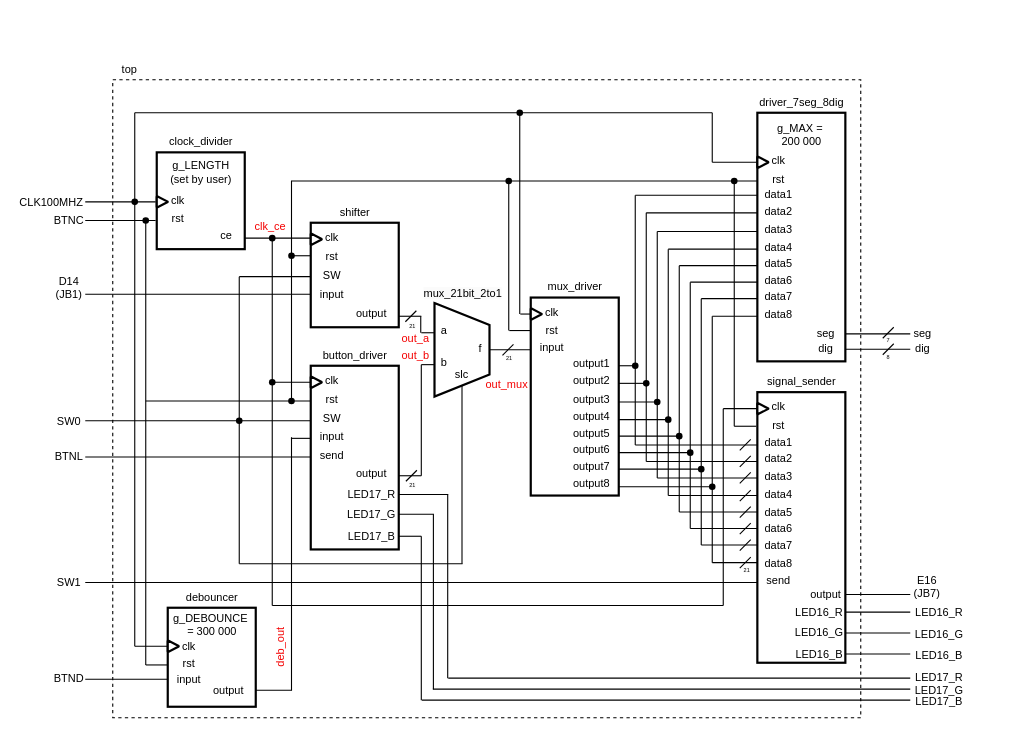
This is img/MAIN.drawio from dmitrii-semenov/morse-coder-decoder, a draw.io file, before an edit. Source tidied: cells renumbered, new cells numbered last; positions are measured from the earlier drawing's top-left corner, leaving out a move shared by most shapes. Both pictures are drawn from the tidied source at 110%, with x=0, y=0 at pixel (34, 57).
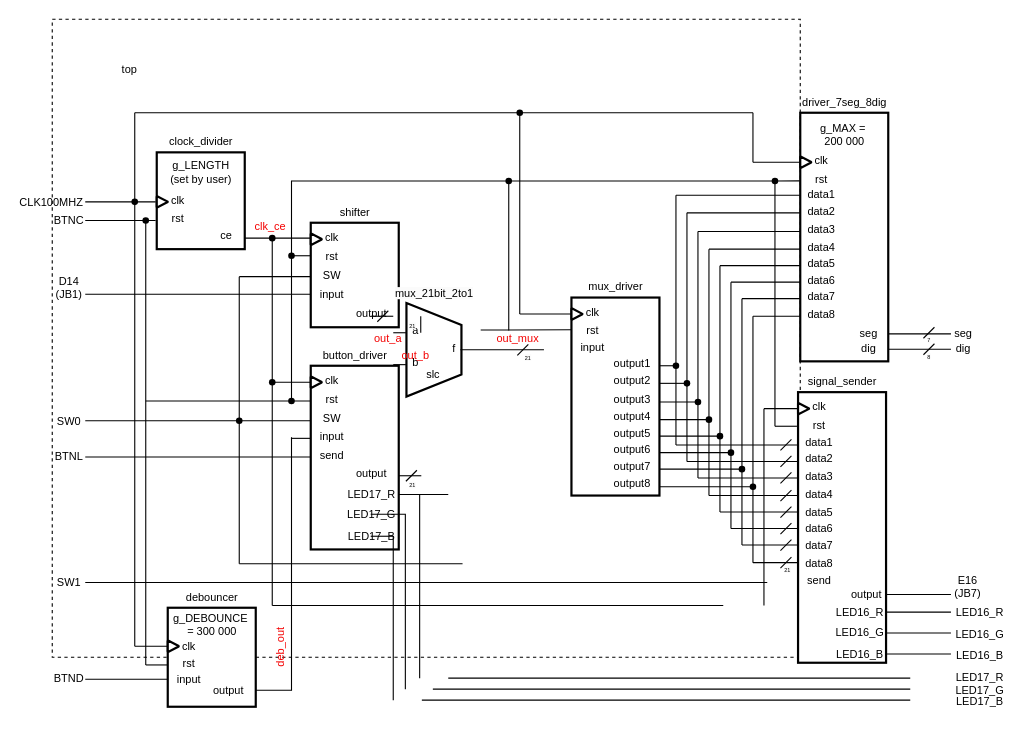
After the change.

Unchanged cells that the change refers to:
```xml
<mxCell id="53" style="whiteSpace=wrap;html=1;strokeWidth=2;" parent="52" vertex="1">
  <mxGeometry y="20" width="80" height="180" as="geometry" />
</mxCell>
<mxCell id="55" style="strokeWidth=2;html=1;shape=mxgraph.flowchart.extract_or_measurement;whiteSpace=wrap;rotation=90;" parent="52" vertex="1">
  <mxGeometry y="30" width="10" height="10" as="geometry" />
</mxCell>
<mxCell id="131" style="line;strokeWidth=1;direction=south;html=1;rounded=0;strokeColor=default;fontFamily=Helvetica;fontSize=12;fontColor=default;fillColor=none;gradientColor=default;" parent="1" vertex="1">
  <mxGeometry x="86" y="50" width="10" height="485" as="geometry" />
</mxCell>
<mxCell id="149" style="shape=waypoint;sketch=0;fillStyle=solid;size=6;points=[];fillColor=none;perimeter=centerPerimeter;snapToPoint=1;" parent="1" vertex="1">
  <mxGeometry x="431" y="40" width="20" height="20" as="geometry" />
</mxCell>
<mxCell id="175" style="whiteSpace=wrap;html=1;strokeWidth=2;" parent="174" vertex="1">
  <mxGeometry y="20" width="80" height="226" as="geometry" />
</mxCell>
```

Change to the diagram source:
```diff
@@
-    <mxCell id="2" style="rounded=0;whiteSpace=wrap;html=1;gradientColor=default;fillColor=none;strokeWidth=1;dashed=1;" parent="1" vertex="1">
-      <mxGeometry x="71" y="20" width="680" height="580" as="geometry" />
-    </mxCell>
@@
     <mxCell id="27" style="group;" parent="1" vertex="1">
-      <mxGeometry x="351.5" y="200" width="139.5" height="397" as="geometry" />
+      <mxGeometry x="326" y="200" width="370" height="397" as="geometry" />
     </mxCell>
@@
     <mxCell id="31" value="f" style="text;strokeColor=none;fillColor=none;html=1;fontSize=10;fontStyle=0;verticalAlign=middle;align=center;" parent="27" vertex="1">
-      <mxGeometry x="38" y="54" width="30" height="20" as="geometry" />
+      <mxGeometry x="40" y="54" width="30" height="20" as="geometry" />
     </mxCell>
@@
-    <mxCell id="37" style="line;strokeWidth=1;direction=south;html=1;perimeter=backbonePerimeter;" parent="27" vertex="1">
-      <mxGeometry x="-5" y="79" width="10" height="101" as="geometry" />
-    </mxCell>
     <mxCell id="38" style="line;strokeWidth=1;html=1;" parent="27" vertex="1">
-      <mxGeometry x="62" y="60.5" width="38" height="10" as="geometry" />
+      <mxGeometry x="61" y="60.5" width="76" height="10" as="geometry" />
     </mxCell>
-    <mxCell id="39" style="line;strokeWidth=1;direction=south;html=1;rounded=0;strokeColor=default;fontFamily=Helvetica;fontSize=12;fontColor=default;fillColor=none;gradientColor=default;" parent="27" vertex="1">
-      <mxGeometry x="32" y="98" width="10" height="162" as="geometry" />
-    </mxCell>
-    <mxCell id="40" style="line;strokeWidth=1;html=1;" parent="27" vertex="1">
-      <mxGeometry x="90" y="28" width="10" height="10" as="geometry" />
-    </mxCell>
-    <mxCell id="41" style="line;strokeWidth=1;html=1;" parent="27" vertex="1">
-      <mxGeometry x="80" y="43" width="20" height="10" as="geometry" />
-    </mxCell>
@@
     <mxCell id="48" style="endArrow=none;html=1;rounded=0;" parent="27" edge="1">
       <mxGeometry relative="1" as="geometry">
-        <mxPoint x="73.8" y="70.5" as="sourcePoint" />
-        <mxPoint x="83.8" y="60.5" as="targetPoint" />
+        <mxPoint x="112.8" y="70.5" as="sourcePoint" />
+        <mxPoint x="122.8" y="60.5" as="targetPoint" />
       </mxGeometry>
     </mxCell>
     <mxCell id="49" value="&lt;span style=&quot;color: rgb(0, 0, 0); font-family: Helvetica; font-size: 5px; font-style: normal; font-variant-ligatures: normal; font-variant-caps: normal; font-weight: 400; letter-spacing: normal; orphans: 2; text-align: center; text-indent: 0px; text-transform: none; widows: 2; word-spacing: 0px; -webkit-text-stroke-width: 0px; background-color: rgb(251, 251, 251); text-decoration-thickness: initial; text-decoration-style: initial; text-decoration-color: initial; float: none; display: inline !important;&quot;&gt;21&lt;/span&gt;" style="text;whiteSpace=wrap;html=1;fontSize=5;" parent="27" vertex="1">
-      <mxGeometry x="75" y="63" width="14" height="16" as="geometry" />
+      <mxGeometry x="118" y="63" width="14" height="16" as="geometry" />
     </mxCell>
@@
     <mxCell id="51" value="out_mux" style="text;strokeColor=none;fillColor=none;html=1;fontSize=10;fontStyle=0;verticalAlign=middle;align=center;fontColor=#f40101;" parent="27" vertex="1">
-      <mxGeometry x="62" y="87" width="30" height="20" as="geometry" />
+      <mxGeometry x="98" y="45" width="30" height="20" as="geometry" />
     </mxCell>
+    <mxCell id="266" style="endArrow=none;html=1;rounded=0;entryX=0.003;entryY=0.163;entryDx=0;entryDy=0;entryPerimeter=0;" parent="27" edge="1" target="53">
+      <mxGeometry relative="1" as="geometry">
+        <mxPoint x="79.5" y="47.5" as="sourcePoint" />
+      </mxGeometry>
+    </mxCell>
+    <mxCell id="2" style="rounded=0;whiteSpace=wrap;html=1;gradientColor=default;fillColor=none;strokeWidth=1;dashed=1;" parent="27" vertex="1">
+      <mxGeometry x="-310" y="-235" width="680" height="580" as="geometry" />
+    </mxCell>
     <mxCell id="52" style="group;" parent="1" vertex="1">
-      <mxGeometry x="451" y="198" width="80" height="200" as="geometry" />
+      <mxGeometry x="488" y="198" width="80" height="200" as="geometry" />
     </mxCell>
@@
     <mxCell id="69" style="group;" parent="1" vertex="1">
-      <mxGeometry x="541" y="136" width="120" height="236" as="geometry" />
+      <mxGeometry x="578" y="136" width="120" height="236" as="geometry" />
     </mxCell>
@@
     <mxCell id="75" style="group;" parent="1" vertex="1">
-      <mxGeometry x="551" y="153" width="120" height="234" as="geometry" />
+      <mxGeometry x="588" y="153" width="120" height="234" as="geometry" />
     </mxCell>
@@
     <mxCell id="81" style="group;" parent="1" vertex="1">
-      <mxGeometry x="561" y="169" width="110" height="249" as="geometry" />
+      <mxGeometry x="598" y="169" width="110" height="249" as="geometry" />
     </mxCell>
@@
     <mxCell id="93" style="group;" parent="1" vertex="1">
-      <mxGeometry x="581" y="199" width="100" height="234" as="geometry" />
+      <mxGeometry x="618" y="199" width="100" height="234" as="geometry" />
     </mxCell>
@@
     <mxCell id="99" style="group;" parent="1" vertex="1">
-      <mxGeometry x="591" y="214" width="100" height="234" as="geometry" />
+      <mxGeometry x="628" y="214" width="100" height="234" as="geometry" />
     </mxCell>
@@
     <mxCell id="112" style="line;strokeWidth=1;direction=south;html=1;" parent="1" vertex="1">
-      <mxGeometry x="541" y="125" width="10" height="227" as="geometry" />
+      <mxGeometry x="578" y="125" width="10" height="227" as="geometry" />
     </mxCell>
     <mxCell id="113" style="line;strokeWidth=1;html=1;perimeter=backbonePerimeter;" parent="1" vertex="1">
-      <mxGeometry x="546" y="120" width="120" height="10" as="geometry" />
+      <mxGeometry x="583" y="120" width="120" height="10" as="geometry" />
     </mxCell>
     <mxCell id="114" style="line;strokeWidth=1;html=1;perimeter=backbonePerimeter;" parent="1" vertex="1">
-      <mxGeometry x="531" y="275" width="15" height="10" as="geometry" />
+      <mxGeometry x="568" y="275" width="15" height="10" as="geometry" />
     </mxCell>
     <mxCell id="115" style="shape=waypoint;sketch=0;fillStyle=solid;size=6;fillColor=none;perimeter=centerPerimeter;" parent="1" vertex="1">
-      <mxGeometry x="536" y="270" width="20" height="20" as="geometry" />
+      <mxGeometry x="573" y="270" width="20" height="20" as="geometry" />
     </mxCell>
@@
     <mxCell id="132" style="line;strokeWidth=1;direction=south;html=1;rounded=0;strokeColor=default;fontFamily=Helvetica;fontSize=12;fontColor=default;fillColor=none;gradientColor=default;" parent="1" vertex="1">
-      <mxGeometry x="611" y="50" width="10" height="45" as="geometry" />
+      <mxGeometry x="648" y="50" width="10" height="45" as="geometry" />
     </mxCell>
-    <mxCell id="133" style="line;strokeWidth=1;html=1;perimeter=backbonePerimeter;rounded=0;strokeColor=default;fontFamily=Helvetica;fontSize=12;fontColor=default;fillColor=none;gradientColor=default;" parent="1" vertex="1">
-      <mxGeometry x="91" y="45" width="525" height="10" as="geometry" />
-    </mxCell>
     <mxCell id="134" style="line;strokeWidth=1;html=1;perimeter=backbonePerimeter;" parent="1" vertex="1">
-      <mxGeometry x="616" y="90" width="50" height="10" as="geometry" />
+      <mxGeometry x="653" y="90" width="50" height="10" as="geometry" />
     </mxCell>
@@
     <mxCell id="152" style="line;strokeWidth=1;html=1;" parent="1" vertex="1">
-      <mxGeometry x="233" y="107" width="433" height="10" as="geometry" />
+      <mxGeometry x="233" y="107" width="438" height="10" as="geometry" />
     </mxCell>
     <mxCell id="153" style="line;strokeWidth=1;direction=south;html=1;" parent="1" vertex="1">
-      <mxGeometry x="611" y="235" width="10" height="224" as="geometry" />
+      <mxGeometry x="648" y="235" width="10" height="224" as="geometry" />
     </mxCell>
     <mxCell id="154" style="line;strokeWidth=1;html=1;perimeter=backbonePerimeter;" parent="1" vertex="1">
-      <mxGeometry x="616" y="230" width="50" height="10" as="geometry" />
+      <mxGeometry x="653" y="230" width="50" height="10" as="geometry" />
     </mxCell>
     <mxCell id="155" style="line;strokeWidth=1;html=1;perimeter=backbonePerimeter;" parent="1" vertex="1">
-      <mxGeometry x="616" y="454" width="50" height="10" as="geometry" />
+      <mxGeometry x="653" y="454" width="50" height="10" as="geometry" />
     </mxCell>
     <mxCell id="156" style="line;strokeWidth=1;html=1;perimeter=backbonePerimeter;" parent="1" vertex="1">
-      <mxGeometry x="531" y="385" width="85" height="10" as="geometry" />
+      <mxGeometry x="568" y="385" width="85" height="10" as="geometry" />
     </mxCell>
     <mxCell id="157" style="shape=waypoint;sketch=0;fillStyle=solid;size=6;fillColor=none;perimeter=centerPerimeter;" parent="1" vertex="1">
-      <mxGeometry x="606" y="380" width="20" height="20" as="geometry" />
+      <mxGeometry x="643" y="380" width="20" height="20" as="geometry" />
     </mxCell>
     <mxCell id="158" style="line;strokeWidth=1;html=1;perimeter=backbonePerimeter;" parent="1" vertex="1">
-      <mxGeometry x="546" y="347" width="120" height="10" as="geometry" />
+      <mxGeometry x="583" y="347" width="120" height="10" as="geometry" />
     </mxCell>
     <mxCell id="159" style="line;strokeWidth=1;html=1;" parent="1" vertex="1">
-      <mxGeometry x="721" y="246" width="75" height="10" as="geometry" />
+      <mxGeometry x="758" y="246" width="75" height="10" as="geometry" />
     </mxCell>
     <mxCell id="160" style="line;strokeWidth=1;html=1;" parent="1" vertex="1">
-      <mxGeometry x="721" y="260" width="75" height="10" as="geometry" />
+      <mxGeometry x="758" y="260" width="75" height="10" as="geometry" />
     </mxCell>
     <mxCell id="161" style="line;strokeWidth=1;html=1;" parent="1" vertex="1">
-      <mxGeometry x="721" y="483" width="75" height="10" as="geometry" />
+      <mxGeometry x="758" y="483" width="75" height="10" as="geometry" />
     </mxCell>
     <mxCell id="162" style="line;strokeWidth=1;html=1;" parent="1" vertex="1">
-      <mxGeometry x="721" y="499" width="75" height="10" as="geometry" />
+      <mxGeometry x="758" y="499" width="75" height="10" as="geometry" />
     </mxCell>
     <mxCell id="163" style="line;strokeWidth=1;html=1;" parent="1" vertex="1">
-      <mxGeometry x="721" y="518" width="75" height="10" as="geometry" />
+      <mxGeometry x="758" y="518" width="75" height="10" as="geometry" />
     </mxCell>
     <mxCell id="164" style="line;strokeWidth=1;html=1;" parent="1" vertex="1">
-      <mxGeometry x="721" y="537" width="75" height="10" as="geometry" />
+      <mxGeometry x="758" y="537" width="75" height="10" as="geometry" />
     </mxCell>
@@
     <mxCell id="173" style="line;strokeWidth=1;direction=south;html=1;" parent="1" vertex="1">
-      <mxGeometry x="621" y="319" width="10" height="179" as="geometry" />
+      <mxGeometry x="658" y="319" width="10" height="179" as="geometry" />
     </mxCell>
     <mxCell id="174" style="group;" parent="1" vertex="1">
-      <mxGeometry x="657" y="30" width="80" height="246" as="geometry" />
+      <mxGeometry x="696" y="30" width="80" height="246" as="geometry" />
     </mxCell>
@@
     <mxCell id="192" style="group;" parent="1" vertex="1">
-      <mxGeometry x="657" y="284" width="80" height="266" as="geometry" />
+      <mxGeometry x="694" y="284" width="80" height="266" as="geometry" />
     </mxCell>
@@
     <mxCell id="214" style="line;strokeWidth=1;html=1;perimeter=backbonePerimeter;" parent="1" vertex="1">
-      <mxGeometry x="636" y="330" width="20" height="10" as="geometry" />
+      <mxGeometry x="673" y="330" width="20" height="10" as="geometry" />
     </mxCell>
     <mxCell id="215" style="shape=waypoint;sketch=0;fillStyle=solid;size=6;fillColor=none;perimeter=centerPerimeter;" parent="1" vertex="1">
-      <mxGeometry x="626" y="102" width="20" height="20" as="geometry" />
+      <mxGeometry x="663" y="102" width="20" height="20" as="geometry" />
     </mxCell>
@@
     <mxCell id="225" value="E16&lt;br&gt;(JB7)" style="text;strokeColor=none;fillColor=none;html=1;fontSize=10;fontStyle=0;verticalAlign=middle;align=center;" parent="1" vertex="1">
-      <mxGeometry x="796" y="476" width="30" height="10" as="geometry" />
+      <mxGeometry x="833" y="476" width="30" height="10" as="geometry" />
     </mxCell>
@@
     <mxCell id="227" value="seg" style="text;strokeColor=none;fillColor=none;html=1;fontSize=10;fontStyle=0;verticalAlign=middle;align=center;" parent="1" vertex="1">
-      <mxGeometry x="792" y="245" width="30" height="10" as="geometry" />
+      <mxGeometry x="829" y="245" width="30" height="10" as="geometry" />
     </mxCell>
     <mxCell id="228" value="dig" style="text;strokeColor=none;fillColor=none;html=1;fontSize=10;fontStyle=0;verticalAlign=middle;align=center;" parent="1" vertex="1">
-      <mxGeometry x="792" y="259" width="30" height="10" as="geometry" />
+      <mxGeometry x="829" y="259" width="30" height="10" as="geometry" />
     </mxCell>
     <mxCell id="229" value="LED16_R" style="text;strokeColor=none;fillColor=none;html=1;fontSize=10;fontStyle=0;verticalAlign=middle;align=center;" parent="1" vertex="1">
-      <mxGeometry x="807" y="500" width="30" height="8" as="geometry" />
+      <mxGeometry x="844" y="500" width="30" height="8" as="geometry" />
     </mxCell>
     <mxCell id="230" value="LED16_G" style="text;strokeColor=none;fillColor=none;html=1;fontSize=10;fontStyle=0;verticalAlign=middle;align=center;" parent="1" vertex="1">
-      <mxGeometry x="807" y="519" width="30" height="9" as="geometry" />
+      <mxGeometry x="844" y="519" width="30" height="9" as="geometry" />
     </mxCell>
     <mxCell id="231" value="LED16_B" style="text;strokeColor=none;fillColor=none;html=1;fontSize=10;fontStyle=0;verticalAlign=middle;align=center;" parent="1" vertex="1">
-      <mxGeometry x="807" y="538" width="30" height="9" as="geometry" />
+      <mxGeometry x="844" y="538" width="30" height="9" as="geometry" />
     </mxCell>
     <mxCell id="232" value="LED17_R" style="text;strokeColor=none;fillColor=none;html=1;fontSize=10;fontStyle=0;verticalAlign=middle;align=center;" parent="1" vertex="1">
-      <mxGeometry x="807" y="559" width="30" height="8" as="geometry" />
+      <mxGeometry x="844" y="559" width="30" height="8" as="geometry" />
     </mxCell>
     <mxCell id="233" value="LED17_G" style="text;strokeColor=none;fillColor=none;html=1;fontSize=10;fontStyle=0;verticalAlign=middle;align=center;" parent="1" vertex="1">
-      <mxGeometry x="807" y="570" width="30" height="9" as="geometry" />
+      <mxGeometry x="844" y="570" width="30" height="9" as="geometry" />
     </mxCell>
     <mxCell id="234" value="LED17_B" style="text;strokeColor=none;fillColor=none;html=1;fontSize=10;fontStyle=0;verticalAlign=middle;align=center;" parent="1" vertex="1">
-      <mxGeometry x="807" y="580" width="30" height="9" as="geometry" />
+      <mxGeometry x="844" y="580" width="30" height="9" as="geometry" />
     </mxCell>
@@
     <mxCell id="238" style="group;" parent="1" vertex="1">
-      <mxGeometry x="641" y="408" width="14" height="68" as="geometry" />
+      <mxGeometry x="678" y="408" width="14" height="68" as="geometry" />
     </mxCell>
@@
     <mxCell id="244" style="endArrow=none;html=1;rounded=0;" parent="1" edge="1">
       <mxGeometry relative="1" as="geometry">
-        <mxPoint x="771" y="255" as="sourcePoint" />
-        <mxPoint x="781" y="245" as="targetPoint" />
+        <mxPoint x="808" y="255" as="sourcePoint" />
+        <mxPoint x="818" y="245" as="targetPoint" />
       </mxGeometry>
     </mxCell>
     <mxCell id="245" style="endArrow=none;html=1;rounded=0;" parent="1" edge="1">
       <mxGeometry relative="1" as="geometry">
-        <mxPoint x="771" y="270" as="sourcePoint" />
-        <mxPoint x="781" y="260" as="targetPoint" />
+        <mxPoint x="808" y="270" as="sourcePoint" />
+        <mxPoint x="818" y="260" as="targetPoint" />
       </mxGeometry>
     </mxCell>
     <mxCell id="246" value="&lt;span style=&quot;color: rgb(0, 0, 0); font-family: Helvetica; font-size: 5px; font-style: normal; font-variant-ligatures: normal; font-variant-caps: normal; font-weight: 400; letter-spacing: normal; orphans: 2; text-align: center; text-indent: 0px; text-transform: none; widows: 2; word-spacing: 0px; -webkit-text-stroke-width: 0px; background-color: rgb(251, 251, 251); text-decoration-thickness: initial; text-decoration-style: initial; text-decoration-color: initial; float: none; display: inline !important;&quot;&gt;8&lt;/span&gt;" style="text;whiteSpace=wrap;html=1;fontSize=5;" parent="1" vertex="1">
-      <mxGeometry x="773" y="262" width="14" height="16" as="geometry" />
+      <mxGeometry x="810" y="262" width="14" height="16" as="geometry" />
     </mxCell>
     <mxCell id="247" value="&lt;span style=&quot;color: rgb(0, 0, 0); font-family: Helvetica; font-size: 5px; font-style: normal; font-variant-ligatures: normal; font-variant-caps: normal; font-weight: 400; letter-spacing: normal; orphans: 2; text-align: center; text-indent: 0px; text-transform: none; widows: 2; word-spacing: 0px; -webkit-text-stroke-width: 0px; background-color: rgb(251, 251, 251); text-decoration-thickness: initial; text-decoration-style: initial; text-decoration-color: initial; float: none; display: inline !important;&quot;&gt;7&lt;/span&gt;" style="text;whiteSpace=wrap;html=1;fontSize=5;" parent="1" vertex="1">
-      <mxGeometry x="773" y="247" width="14" height="16" as="geometry" />
+      <mxGeometry x="810" y="247" width="14" height="16" as="geometry" />
     </mxCell>
@@
+    <mxCell id="267" style="endArrow=none;html=1;rounded=0;entryX=0;entryY=0.5;entryDx=0;entryDy=0;entryPerimeter=0;" parent="1" edge="1" source="149" target="132">
+      <mxGeometry relative="1" as="geometry" />
+    </mxCell>
+    <mxCell id="268" style="endArrow=none;html=1;rounded=0;exitX=0;exitY=0.5;exitDx=0;exitDy=0;exitPerimeter=0;" parent="1" edge="1" source="131">
+      <mxGeometry relative="1" as="geometry">
+        <mxPoint x="441" y="50" as="targetPoint" />
+      </mxGeometry>
+    </mxCell>
+    <mxCell id="269" style="endArrow=none;html=1;rounded=0;entryX=-0.004;entryY=0.274;entryDx=0;entryDy=0;entryPerimeter=0;" parent="1" edge="1" target="175">
+      <mxGeometry relative="1" as="geometry">
+        <mxPoint x="673" y="112" as="sourcePoint" />
+      </mxGeometry>
+    </mxCell>
+    <mxCell id="270" style="endArrow=none;html=1;rounded=0;entryX=0.5;entryY=1;entryDx=0;entryDy=0;entryPerimeter=0;" parent="1" edge="1" target="55">
+      <mxGeometry relative="1" as="geometry">
+        <mxPoint x="441" y="233" as="sourcePoint" />
+      </mxGeometry>
+    </mxCell>
```
